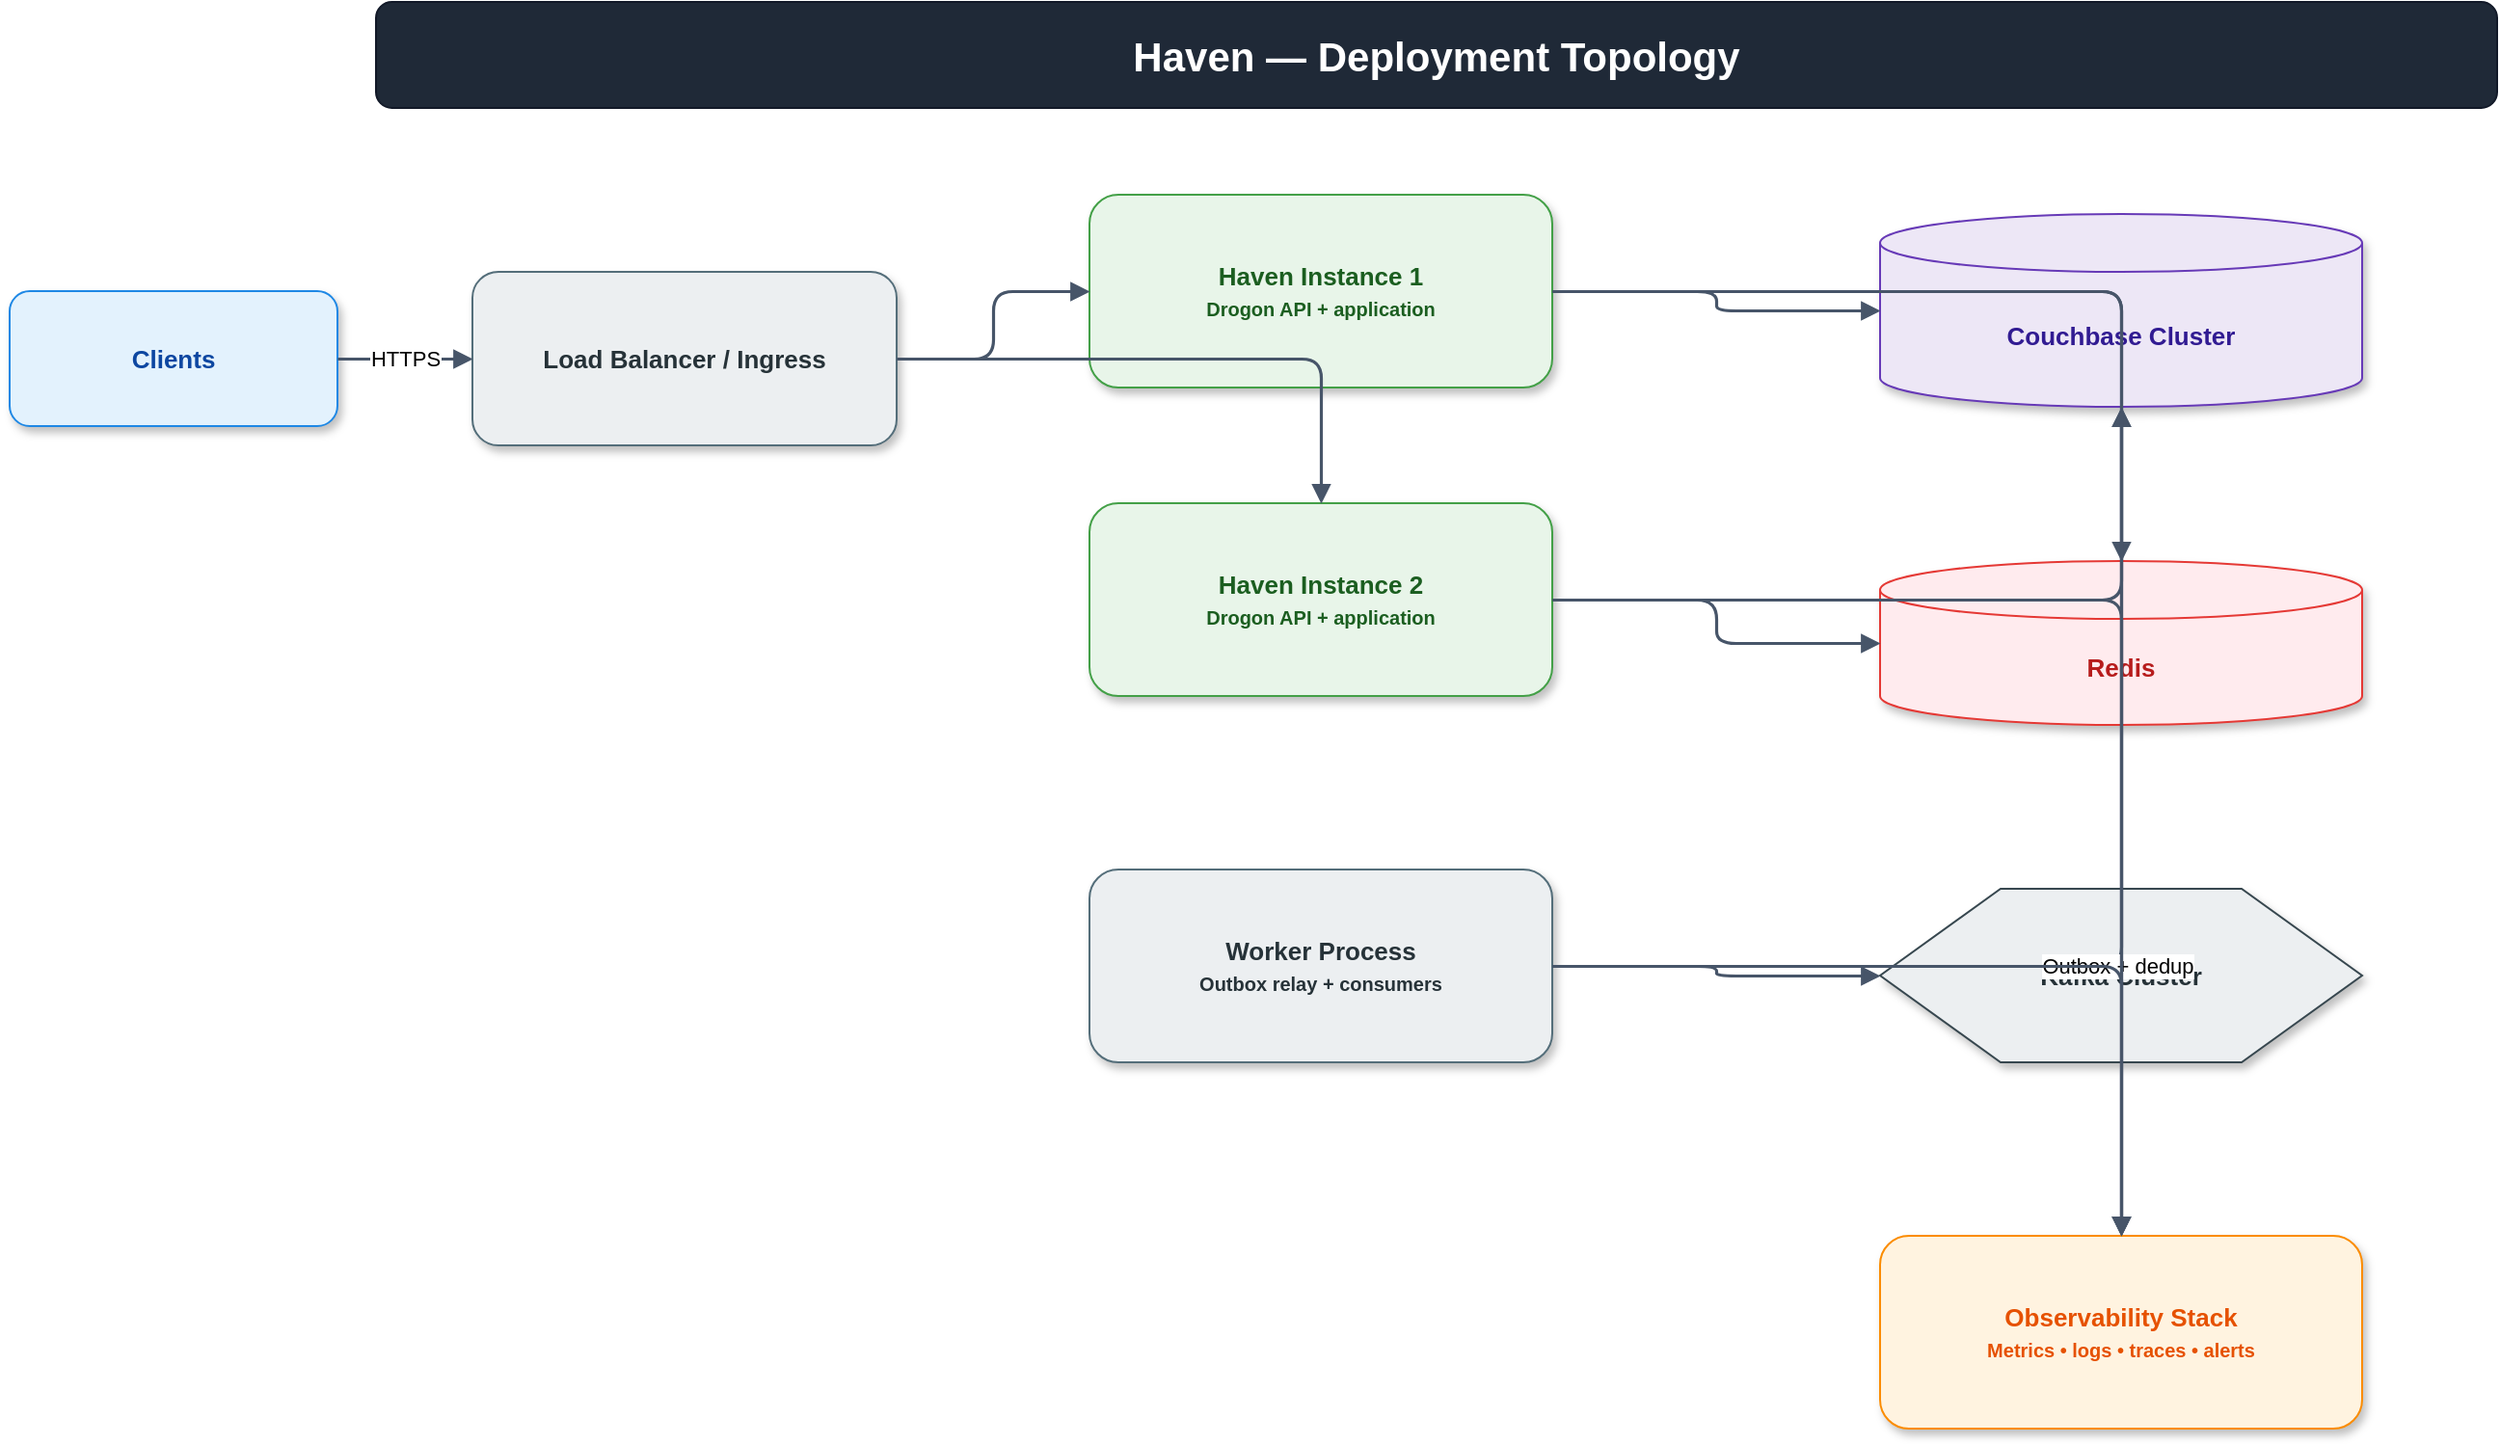
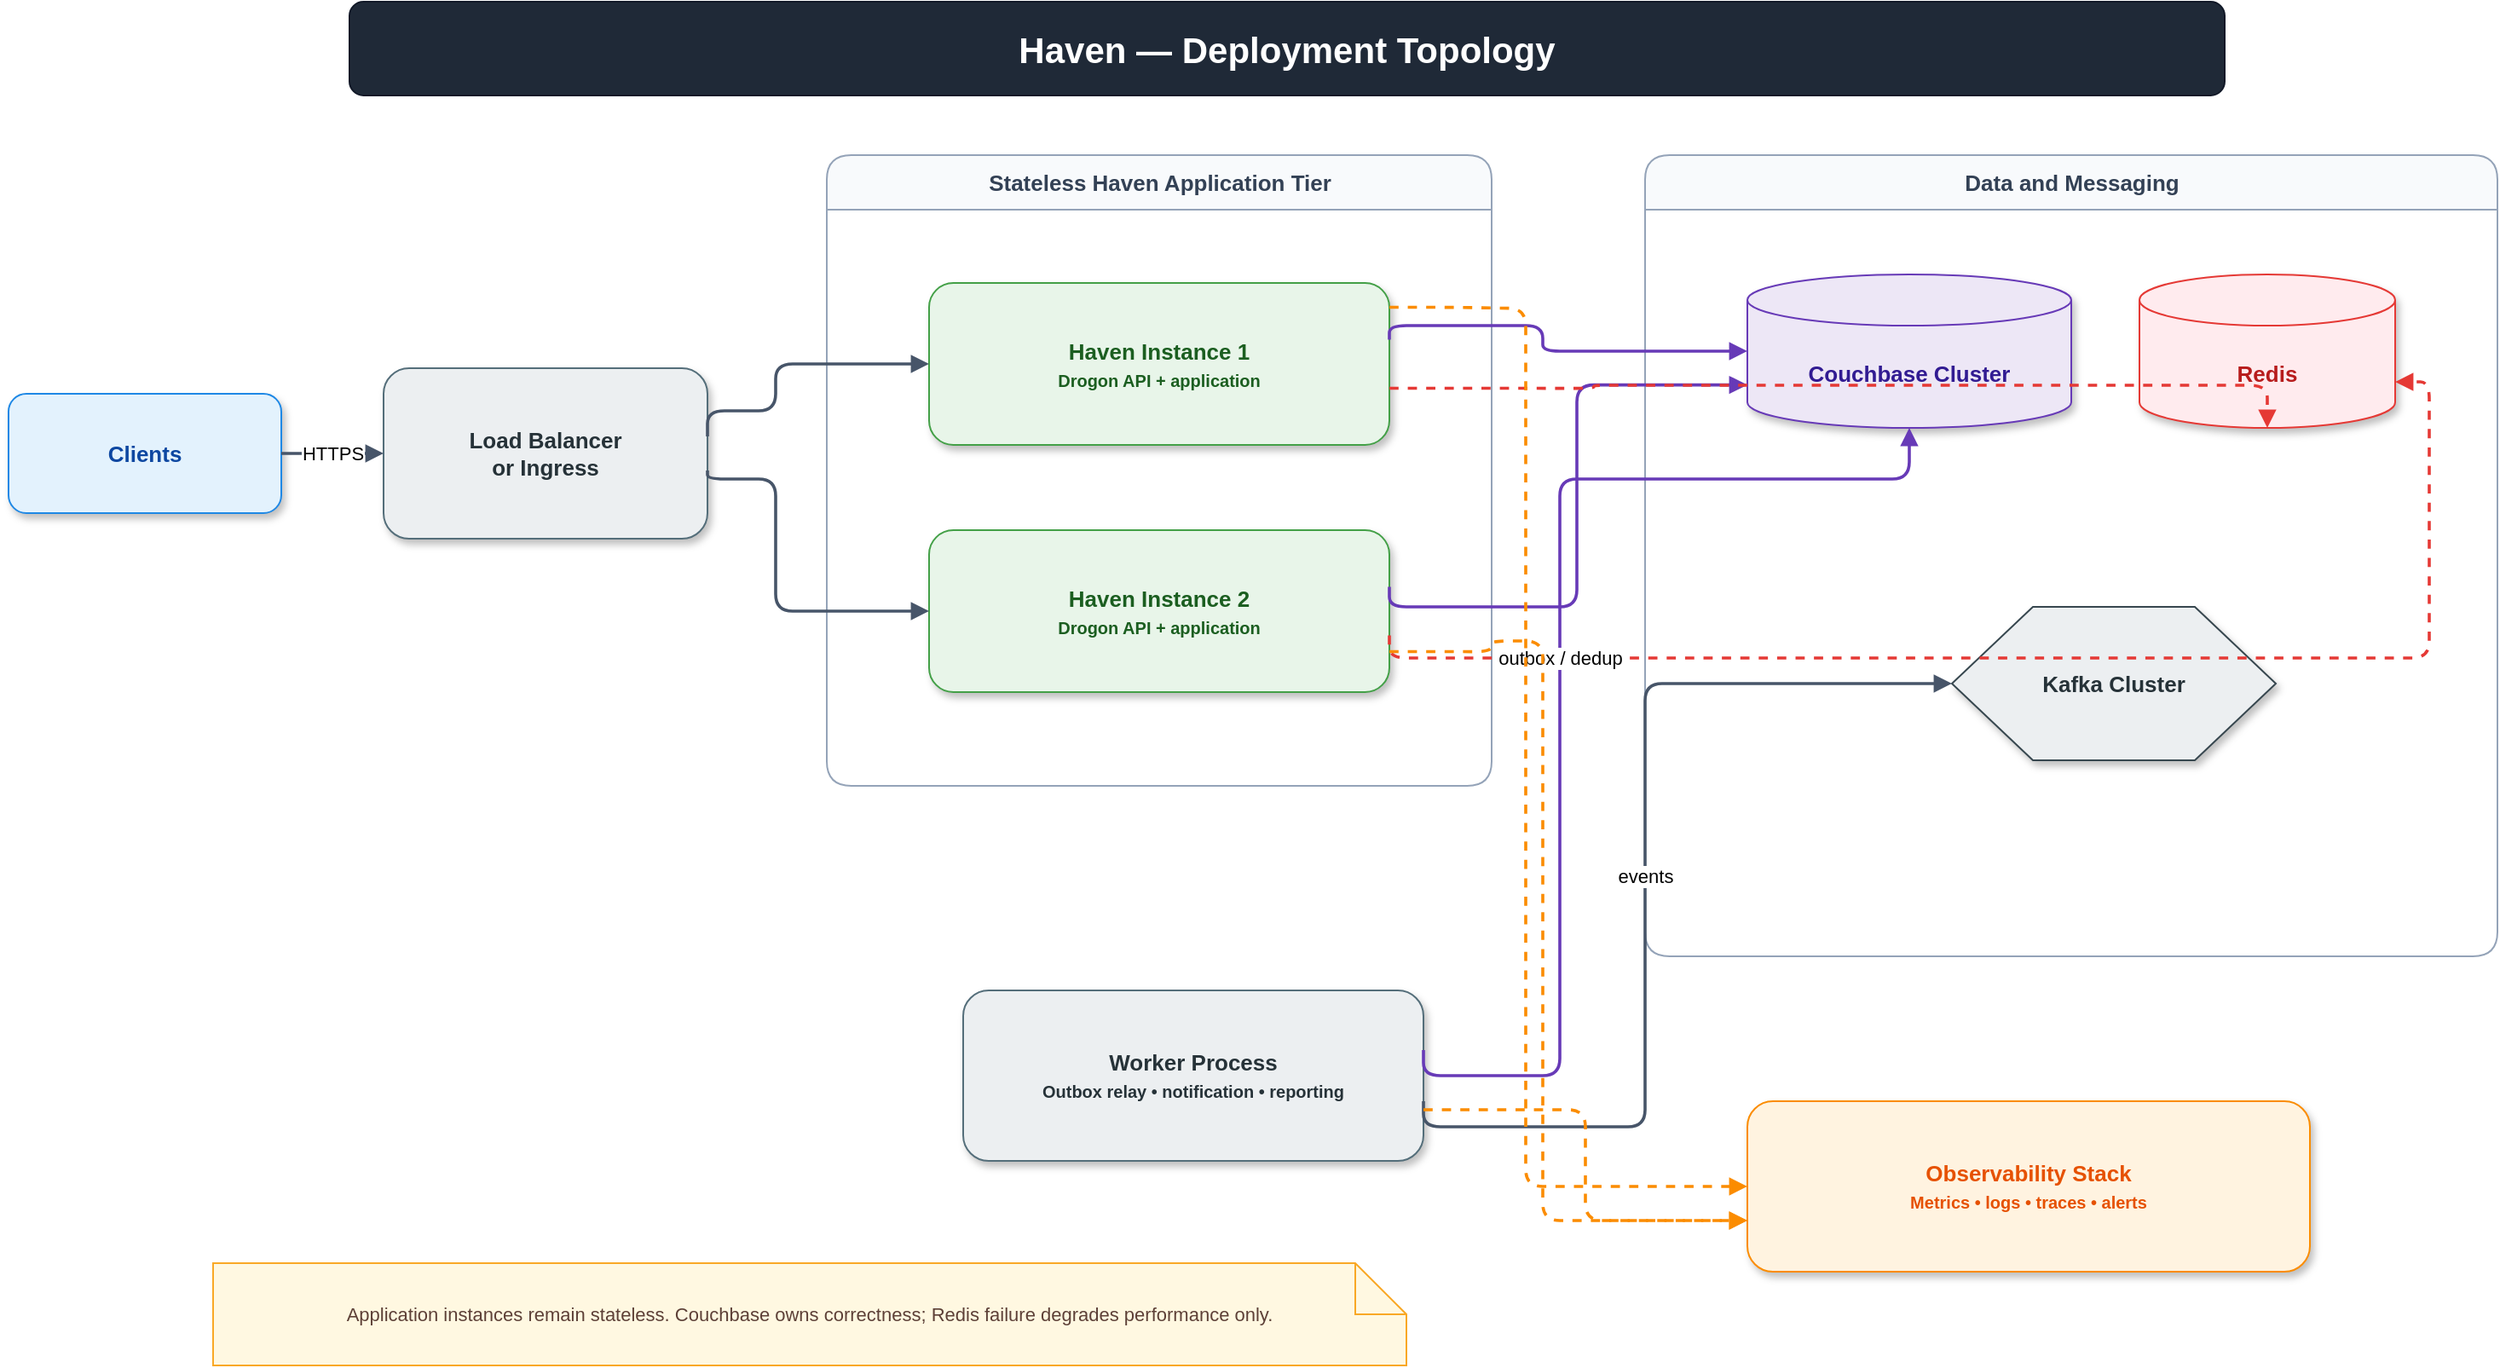
<?xml version="1.0" encoding="UTF-8"?>
- <mxfile host="app.diagrams.net" modified="2026-07-20T07:17:05.322950+00:00" agent="ChatGPT" version="24.7.17" type="device">
-    <diagram id="deployment" name="Deployment">
+ <mxfile host="app.diagrams.net" modified="2026-07-20T09:18:45.754934+00:00" agent="ChatGPT" version="24.7.17" type="device">
+    <diagram id="haven-deployment-polished" name="Deployment">
      <mxGraphModel dx="1600" dy="900" grid="1" gridSize="10" guides="1" tooltips="1" connect="1" arrows="1" fold="1" page="1" pageScale="1" pageWidth="1600" pageHeight="900" math="0" shadow="0">
         <root>
            <mxCell id="0" />
            <mxCell id="1" parent="0" />
-             <mxCell id="t" value="Haven — Deployment Topology" style="rounded=1;whiteSpace=wrap;html=1;fillColor=#1F2937;strokeColor=#111827;fontColor=#FFFFFF;fontSize=21;fontStyle=1;align=center;verticalAlign=middle;" vertex="1" parent="1">
+             <mxCell id="title" value="Haven — Deployment Topology" style="rounded=1;whiteSpace=wrap;html=1;fillColor=#1F2937;strokeColor=#111827;fontColor=#FFFFFF;fontSize=21;fontStyle=1;align=center;verticalAlign=middle;" vertex="1" parent="1">
               <mxGeometry x="250" y="20" width="1100" height="55" as="geometry" />
            </mxCell>
-             <mxCell id="internet" value="Clients" style="rounded=1;whiteSpace=wrap;html=1;fillColor=#E3F2FD;strokeColor=#1E88E5;fontColor=#0D47A1;fontSize=13;fontStyle=1;shadow=1;" vertex="1" parent="1">
-                <mxGeometry x="60" y="170" width="170" height="70" as="geometry" />
+             <mxCell id="clients" value="Clients" style="rounded=1;whiteSpace=wrap;html=1;fillColor=#E3F2FD;strokeColor=#1E88E5;fontColor=#0D47A1;fontSize=13;fontStyle=1;shadow=1;" vertex="1" parent="1">
+                <mxGeometry x="50" y="250" width="160" height="70" as="geometry" />
            </mxCell>
-             <mxCell id="lb" value="Load Balancer / Ingress" style="rounded=1;whiteSpace=wrap;html=1;fillColor=#ECEFF1;strokeColor=#546E7A;fontColor=#263238;fontSize=13;fontStyle=1;shadow=1;" vertex="1" parent="1">
-                <mxGeometry x="300" y="160" width="220" height="90" as="geometry" />
+             <mxCell id="ingress" value="Load Balancer&lt;br&gt;or Ingress" style="rounded=1;whiteSpace=wrap;html=1;fillColor=#ECEFF1;strokeColor=#546E7A;fontColor=#263238;fontSize=13;fontStyle=1;shadow=1;" vertex="1" parent="1">
+                <mxGeometry x="270" y="235" width="190" height="100" as="geometry" />
+             </mxCell>
+             <mxCell id="app-group" value="Stateless Haven Application Tier" style="swimlane;rounded=1;html=1;startSize=32;horizontal=1;fillColor=#F8FAFC;strokeColor=#94A3B8;fontColor=#334155;fontSize=13;fontStyle=1;" vertex="1" parent="1">
+                <mxGeometry x="530" y="110" width="390" height="370" as="geometry" />
            </mxCell>
            <mxCell id="app1" value="Haven Instance 1&lt;br&gt;&lt;font style='font-size:10px'&gt;Drogon API + application&lt;/font&gt;" style="rounded=1;whiteSpace=wrap;html=1;fillColor=#E8F5E9;strokeColor=#43A047;fontColor=#1B5E20;fontSize=13;fontStyle=1;shadow=1;" vertex="1" parent="1">
-                <mxGeometry x="620" y="120" width="240" height="100" as="geometry" />
+                <mxGeometry x="590" y="185" width="270" height="95" as="geometry" />
            </mxCell>
            <mxCell id="app2" value="Haven Instance 2&lt;br&gt;&lt;font style='font-size:10px'&gt;Drogon API + application&lt;/font&gt;" style="rounded=1;whiteSpace=wrap;html=1;fillColor=#E8F5E9;strokeColor=#43A047;fontColor=#1B5E20;fontSize=13;fontStyle=1;shadow=1;" vertex="1" parent="1">
-                <mxGeometry x="620" y="280" width="240" height="100" as="geometry" />
+                <mxGeometry x="590" y="330" width="270" height="95" as="geometry" />
            </mxCell>
-             <mxCell id="worker" value="Worker Process&lt;br&gt;&lt;font style='font-size:10px'&gt;Outbox relay + consumers&lt;/font&gt;" style="rounded=1;whiteSpace=wrap;html=1;fillColor=#ECEFF1;strokeColor=#546E7A;fontColor=#263238;fontSize=13;fontStyle=1;shadow=1;" vertex="1" parent="1">
-                <mxGeometry x="620" y="470" width="240" height="100" as="geometry" />
+             <mxCell id="data-group" value="Data and Messaging" style="swimlane;rounded=1;html=1;startSize=32;horizontal=1;fillColor=#F8FAFC;strokeColor=#94A3B8;fontColor=#334155;fontSize=13;fontStyle=1;" vertex="1" parent="1">
+                <mxGeometry x="1010" y="110" width="500" height="470" as="geometry" />
            </mxCell>
-             <mxCell id="cb" value="Couchbase Cluster" style="shape=cylinder3;whiteSpace=wrap;html=1;boundedLbl=1;backgroundOutline=1;fillColor=#EDE7F6;strokeColor=#673AB7;fontColor=#311B92;fontSize=13;fontStyle=1;shadow=1;" vertex="1" parent="1">
-                <mxGeometry x="1030" y="130" width="250" height="100" as="geometry" />
+             <mxCell id="couchbase" value="Couchbase Cluster" style="shape=cylinder3;whiteSpace=wrap;html=1;boundedLbl=1;backgroundOutline=1;fillColor=#EDE7F6;strokeColor=#673AB7;fontColor=#311B92;fontSize=13;fontStyle=1;shadow=1;" vertex="1" parent="1">
+                <mxGeometry x="1070" y="180" width="190" height="90" as="geometry" />
            </mxCell>
            <mxCell id="redis" value="Redis" style="shape=cylinder3;whiteSpace=wrap;html=1;boundedLbl=1;backgroundOutline=1;fillColor=#FFEBEE;strokeColor=#E53935;fontColor=#B71C1C;fontSize=13;fontStyle=1;shadow=1;" vertex="1" parent="1">
-                <mxGeometry x="1030" y="310" width="250" height="85" as="geometry" />
+                <mxGeometry x="1300" y="180" width="150" height="90" as="geometry" />
            </mxCell>
            <mxCell id="kafka" value="Kafka Cluster" style="shape=hexagon;perimeter=hexagonPerimeter2;whiteSpace=wrap;html=1;fillColor=#ECEFF1;strokeColor=#37474F;fontColor=#263238;fontSize=13;fontStyle=1;shadow=1;" vertex="1" parent="1">
-                <mxGeometry x="1030" y="480" width="250" height="90" as="geometry" />
+                <mxGeometry x="1190" y="375" width="190" height="90" as="geometry" />
            </mxCell>
-             <mxCell id="obs" value="Observability Stack&lt;br&gt;&lt;font style='font-size:10px'&gt;Metrics • logs • traces • alerts&lt;/font&gt;" style="rounded=1;whiteSpace=wrap;html=1;fillColor=#FFF3E0;strokeColor=#FB8C00;fontColor=#E65100;fontSize=13;fontStyle=1;shadow=1;" vertex="1" parent="1">
-                <mxGeometry x="1030" y="660" width="250" height="100" as="geometry" />
+             <mxCell id="worker" value="Worker Process&lt;br&gt;&lt;font style='font-size:10px'&gt;Outbox relay • notification • reporting&lt;/font&gt;" style="rounded=1;whiteSpace=wrap;html=1;fillColor=#ECEFF1;strokeColor=#546E7A;fontColor=#263238;fontSize=13;fontStyle=1;shadow=1;" vertex="1" parent="1">
+                <mxGeometry x="610" y="600" width="270" height="100" as="geometry" />
            </mxCell>
-             <mxCell id="d1" value="HTTPS" style="edgeStyle=orthogonalEdgeStyle;rounded=1;orthogonalLoop=1;jettySize=auto;html=1;endArrow=block;endFill=1;strokeWidth=1.6;strokeColor=#475569;fontSize=11;labelBackgroundColor=#FFFFFF;" edge="1" parent="1" source="internet" target="lb">
+             <mxCell id="observability" value="Observability Stack&lt;br&gt;&lt;font style='font-size:10px'&gt;Metrics • logs • traces • alerts&lt;/font&gt;" style="rounded=1;whiteSpace=wrap;html=1;fillColor=#FFF3E0;strokeColor=#FB8C00;fontColor=#E65100;fontSize=13;fontStyle=1;shadow=1;" vertex="1" parent="1">
+                <mxGeometry x="1070" y="665" width="330" height="100" as="geometry" />
+             </mxCell>
+             <mxCell id="d1" value="HTTPS" style="edgeStyle=orthogonalEdgeStyle;rounded=1;orthogonalLoop=1;jettySize=auto;html=1;endArrow=block;endFill=1;strokeWidth=1.8;strokeColor=#475569;fontSize=11;labelBackgroundColor=#FFFFFF;exitX=1;exitY=0.5;exitDx=0;exitDy=0;exitPerimeter=1;entryX=0;entryY=0.5;entryDx=0;entryDy=0;entryPerimeter=1;" edge="1" parent="1" source="clients" target="ingress">
               <mxGeometry relative="1" as="geometry" />
            </mxCell>
-             <mxCell id="d2" value="" style="edgeStyle=orthogonalEdgeStyle;rounded=1;orthogonalLoop=1;jettySize=auto;html=1;endArrow=block;endFill=1;strokeWidth=1.6;strokeColor=#475569;fontSize=11;labelBackgroundColor=#FFFFFF;" edge="1" parent="1" source="lb" target="app1">
+             <mxCell id="d2" value="" style="edgeStyle=orthogonalEdgeStyle;rounded=1;orthogonalLoop=1;jettySize=auto;html=1;endArrow=block;endFill=1;strokeWidth=1.8;strokeColor=#475569;fontSize=11;labelBackgroundColor=#FFFFFF;exitX=1;exitY=0.4;exitDx=0;exitDy=0;exitPerimeter=1;entryX=0;entryY=0.5;entryDx=0;entryDy=0;entryPerimeter=1;" edge="1" parent="1" source="ingress" target="app1">
+                <mxGeometry relative="1" as="geometry">
+                   <Array as="points">
+                      <mxPoint x="500" y="260" />
+                      <mxPoint x="500" y="232" />
+                   </Array>
+                </mxGeometry>
+             </mxCell>
+             <mxCell id="d3" value="" style="edgeStyle=orthogonalEdgeStyle;rounded=1;orthogonalLoop=1;jettySize=auto;html=1;endArrow=block;endFill=1;strokeWidth=1.8;strokeColor=#475569;fontSize=11;labelBackgroundColor=#FFFFFF;exitX=1;exitY=0.6;exitDx=0;exitDy=0;exitPerimeter=1;entryX=0;entryY=0.5;entryDx=0;entryDy=0;entryPerimeter=1;" edge="1" parent="1" source="ingress" target="app2">
+                <mxGeometry relative="1" as="geometry">
+                   <Array as="points">
+                      <mxPoint x="500" y="300" />
+                      <mxPoint x="500" y="377" />
+                   </Array>
+                </mxGeometry>
+             </mxCell>
+             <mxCell id="d4" value="" style="edgeStyle=orthogonalEdgeStyle;rounded=1;orthogonalLoop=1;jettySize=auto;html=1;endArrow=block;endFill=1;strokeWidth=1.8;strokeColor=#673AB7;fontSize=11;labelBackgroundColor=#FFFFFF;exitX=1;exitY=0.35;exitDx=0;exitDy=0;exitPerimeter=1;entryX=0;entryY=0.5;entryDx=0;entryDy=0;entryPerimeter=1;" edge="1" parent="1" source="app1" target="couchbase">
+                <mxGeometry relative="1" as="geometry">
+                   <Array as="points">
+                      <mxPoint x="950" y="210" />
+                      <mxPoint x="950" y="225" />
+                   </Array>
+                </mxGeometry>
+             </mxCell>
+             <mxCell id="d5" value="" style="edgeStyle=orthogonalEdgeStyle;rounded=1;orthogonalLoop=1;jettySize=auto;html=1;endArrow=block;endFill=1;strokeWidth=1.8;strokeColor=#673AB7;fontSize=11;labelBackgroundColor=#FFFFFF;exitX=1;exitY=0.35;exitDx=0;exitDy=0;exitPerimeter=1;entryX=0;entryY=0.72;entryDx=0;entryDy=0;entryPerimeter=1;" edge="1" parent="1" source="app2" target="couchbase">
+                <mxGeometry relative="1" as="geometry">
+                   <Array as="points">
+                      <mxPoint x="970" y="375" />
+                      <mxPoint x="970" y="245" />
+                   </Array>
+                </mxGeometry>
+             </mxCell>
+             <mxCell id="d6" value="" style="edgeStyle=orthogonalEdgeStyle;rounded=1;orthogonalLoop=1;jettySize=auto;html=1;endArrow=block;endFill=1;strokeWidth=1.8;strokeColor=#E53935;fontSize=11;labelBackgroundColor=#FFFFFF;dashed=1;exitX=1;exitY=0.65;exitDx=0;exitDy=0;exitPerimeter=1;entryX=0.5;entryY=1;entryDx=0;entryDy=0;entryPerimeter=1;" edge="1" parent="1" source="app1" target="redis">
+                <mxGeometry relative="1" as="geometry">
+                   <Array as="points">
+                      <mxPoint x="980" y="245" />
+                      <mxPoint x="1375" y="245" />
+                   </Array>
+                </mxGeometry>
+             </mxCell>
+             <mxCell id="d7" value="" style="edgeStyle=orthogonalEdgeStyle;rounded=1;orthogonalLoop=1;jettySize=auto;html=1;endArrow=block;endFill=1;strokeWidth=1.8;strokeColor=#E53935;fontSize=11;labelBackgroundColor=#FFFFFF;dashed=1;exitX=1;exitY=0.65;exitDx=0;exitDy=0;exitPerimeter=1;entryX=1;entryY=0.7;entryDx=0;entryDy=0;entryPerimeter=1;" edge="1" parent="1" source="app2" target="redis">
+                <mxGeometry relative="1" as="geometry">
+                   <Array as="points">
+                      <mxPoint x="990" y="405" />
+                      <mxPoint x="1470" y="405" />
+                      <mxPoint x="1470" y="245" />
+                   </Array>
+                </mxGeometry>
+             </mxCell>
+             <mxCell id="d8" value="outbox / dedup" style="edgeStyle=orthogonalEdgeStyle;rounded=1;orthogonalLoop=1;jettySize=auto;html=1;endArrow=block;endFill=1;strokeWidth=1.8;strokeColor=#673AB7;fontSize=11;labelBackgroundColor=#FFFFFF;exitX=1;exitY=0.35;exitDx=0;exitDy=0;exitPerimeter=1;entryX=0.5;entryY=1;entryDx=0;entryDy=0;entryPerimeter=1;" edge="1" parent="1" source="worker" target="couchbase">
+                <mxGeometry relative="1" as="geometry">
+                   <Array as="points">
+                      <mxPoint x="960" y="650" />
+                      <mxPoint x="960" y="300" />
+                      <mxPoint x="1165" y="300" />
+                   </Array>
+                </mxGeometry>
+             </mxCell>
+             <mxCell id="d9" value="events" style="edgeStyle=orthogonalEdgeStyle;rounded=1;orthogonalLoop=1;jettySize=auto;html=1;endArrow=block;endFill=1;strokeWidth=1.8;strokeColor=#475569;fontSize=11;labelBackgroundColor=#FFFFFF;exitX=1;exitY=0.65;exitDx=0;exitDy=0;exitPerimeter=1;entryX=0;entryY=0.5;entryDx=0;entryDy=0;entryPerimeter=1;" edge="1" parent="1" source="worker" target="kafka">
+                <mxGeometry relative="1" as="geometry">
+                   <Array as="points">
+                      <mxPoint x="1010" y="680" />
+                      <mxPoint x="1010" y="420" />
+                   </Array>
+                </mxGeometry>
+             </mxCell>
+             <mxCell id="d10" value="" style="edgeStyle=orthogonalEdgeStyle;rounded=1;orthogonalLoop=1;jettySize=auto;html=1;endArrow=block;endFill=1;strokeWidth=1.8;strokeColor=#FB8C00;fontSize=11;labelBackgroundColor=#FFFFFF;dashed=1;exitX=1;exitY=0.15;exitDx=0;exitDy=0;exitPerimeter=1;entryX=0;entryY=0.5;entryDx=0;entryDy=0;entryPerimeter=1;" edge="1" parent="1" source="app1" target="observability">
+                <mxGeometry relative="1" as="geometry">
+                   <Array as="points">
+                      <mxPoint x="900" y="200" />
+                      <mxPoint x="940" y="200" />
+                      <mxPoint x="940" y="715" />
+                   </Array>
+                </mxGeometry>
+             </mxCell>
+             <mxCell id="d11" value="" style="edgeStyle=orthogonalEdgeStyle;rounded=1;orthogonalLoop=1;jettySize=auto;html=1;endArrow=block;endFill=1;strokeWidth=1.8;strokeColor=#FB8C00;fontSize=11;labelBackgroundColor=#FFFFFF;dashed=1;exitX=1;exitY=0.75;exitDx=0;exitDy=0;exitPerimeter=1;entryX=0;entryY=0.7;entryDx=0;entryDy=0;entryPerimeter=1;" edge="1" parent="1" source="app2" target="observability">
+                <mxGeometry relative="1" as="geometry">
+                   <Array as="points">
+                      <mxPoint x="920" y="395" />
+                      <mxPoint x="950" y="395" />
+                      <mxPoint x="950" y="735" />
+                   </Array>
+                </mxGeometry>
+             </mxCell>
+             <mxCell id="d12" value="" style="edgeStyle=orthogonalEdgeStyle;rounded=1;orthogonalLoop=1;jettySize=auto;html=1;endArrow=block;endFill=1;strokeWidth=1.8;strokeColor=#FB8C00;fontSize=11;labelBackgroundColor=#FFFFFF;dashed=1;exitX=1;exitY=0.7;exitDx=0;exitDy=0;exitPerimeter=1;entryX=0;entryY=0.7;entryDx=0;entryDy=0;entryPerimeter=1;" edge="1" parent="1" source="worker" target="observability">
               <mxGeometry relative="1" as="geometry" />
            </mxCell>
-             <mxCell id="d3" value="" style="edgeStyle=orthogonalEdgeStyle;rounded=1;orthogonalLoop=1;jettySize=auto;html=1;endArrow=block;endFill=1;strokeWidth=1.6;strokeColor=#475569;fontSize=11;labelBackgroundColor=#FFFFFF;" edge="1" parent="1" source="lb" target="app2">
-                <mxGeometry relative="1" as="geometry" />
-             </mxCell>
-             <mxCell id="d4" value="" style="edgeStyle=orthogonalEdgeStyle;rounded=1;orthogonalLoop=1;jettySize=auto;html=1;endArrow=block;endFill=1;strokeWidth=1.6;strokeColor=#475569;fontSize=11;labelBackgroundColor=#FFFFFF;" edge="1" parent="1" source="app1" target="cb">
-                <mxGeometry relative="1" as="geometry" />
-             </mxCell>
-             <mxCell id="d5" value="" style="edgeStyle=orthogonalEdgeStyle;rounded=1;orthogonalLoop=1;jettySize=auto;html=1;endArrow=block;endFill=1;strokeWidth=1.6;strokeColor=#475569;fontSize=11;labelBackgroundColor=#FFFFFF;" edge="1" parent="1" source="app2" target="cb">
-                <mxGeometry relative="1" as="geometry" />
-             </mxCell>
-             <mxCell id="d6" value="" style="edgeStyle=orthogonalEdgeStyle;rounded=1;orthogonalLoop=1;jettySize=auto;html=1;endArrow=block;endFill=1;strokeWidth=1.6;strokeColor=#475569;fontSize=11;labelBackgroundColor=#FFFFFF;" edge="1" parent="1" source="app1" target="redis">
-                <mxGeometry relative="1" as="geometry" />
-             </mxCell>
-             <mxCell id="d7" value="" style="edgeStyle=orthogonalEdgeStyle;rounded=1;orthogonalLoop=1;jettySize=auto;html=1;endArrow=block;endFill=1;strokeWidth=1.6;strokeColor=#475569;fontSize=11;labelBackgroundColor=#FFFFFF;" edge="1" parent="1" source="app2" target="redis">
-                <mxGeometry relative="1" as="geometry" />
-             </mxCell>
-             <mxCell id="d8" value="Outbox + dedup" style="edgeStyle=orthogonalEdgeStyle;rounded=1;orthogonalLoop=1;jettySize=auto;html=1;endArrow=block;endFill=1;strokeWidth=1.6;strokeColor=#475569;fontSize=11;labelBackgroundColor=#FFFFFF;" edge="1" parent="1" source="worker" target="cb">
-                <mxGeometry relative="1" as="geometry" />
-             </mxCell>
-             <mxCell id="d9" value="" style="edgeStyle=orthogonalEdgeStyle;rounded=1;orthogonalLoop=1;jettySize=auto;html=1;endArrow=block;endFill=1;strokeWidth=1.6;strokeColor=#475569;fontSize=11;labelBackgroundColor=#FFFFFF;" edge="1" parent="1" source="worker" target="kafka">
-                <mxGeometry relative="1" as="geometry" />
-             </mxCell>
-             <mxCell id="d10" value="" style="edgeStyle=orthogonalEdgeStyle;rounded=1;orthogonalLoop=1;jettySize=auto;html=1;endArrow=block;endFill=1;strokeWidth=1.6;strokeColor=#475569;fontSize=11;labelBackgroundColor=#FFFFFF;" edge="1" parent="1" source="app1" target="obs">
-                <mxGeometry relative="1" as="geometry" />
-             </mxCell>
-             <mxCell id="d11" value="" style="edgeStyle=orthogonalEdgeStyle;rounded=1;orthogonalLoop=1;jettySize=auto;html=1;endArrow=block;endFill=1;strokeWidth=1.6;strokeColor=#475569;fontSize=11;labelBackgroundColor=#FFFFFF;" edge="1" parent="1" source="app2" target="obs">
-                <mxGeometry relative="1" as="geometry" />
-             </mxCell>
-             <mxCell id="d12" value="" style="edgeStyle=orthogonalEdgeStyle;rounded=1;orthogonalLoop=1;jettySize=auto;html=1;endArrow=block;endFill=1;strokeWidth=1.6;strokeColor=#475569;fontSize=11;labelBackgroundColor=#FFFFFF;" edge="1" parent="1" source="worker" target="obs">
-                <mxGeometry relative="1" as="geometry" />
+             <mxCell id="note" value="Application instances remain stateless. Couchbase owns correctness; Redis failure degrades performance only." style="shape=note;whiteSpace=wrap;html=1;backgroundOutline=1;fillColor=#FFF8E1;strokeColor=#F9A825;fontColor=#5D4037;fontSize=11;" vertex="1" parent="1">
+                <mxGeometry x="170" y="760" width="700" height="60" as="geometry" />
            </mxCell>
         </root>
      </mxGraphModel>
   </diagram>
</mxfile>